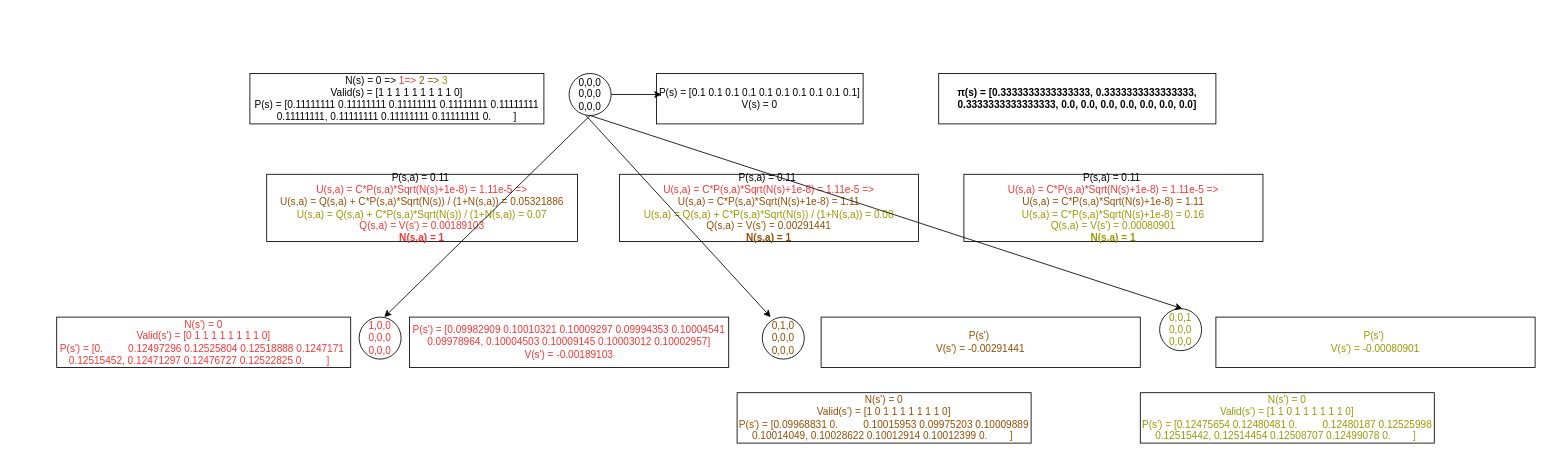
Above: page "MCTS-4-Step1" (1 of 3) of alpha-zero.drawio in tallongsun/drawio (draw.io), before the change. Source tidied: cells renumbered, new cells numbered last; positions are measured from the earlier drawing's top-left corner, leaving out a move shared by most shapes. Both pictures are drawn from the tidied source at 84%, with x=0, y=0 at pixel (56, 73).
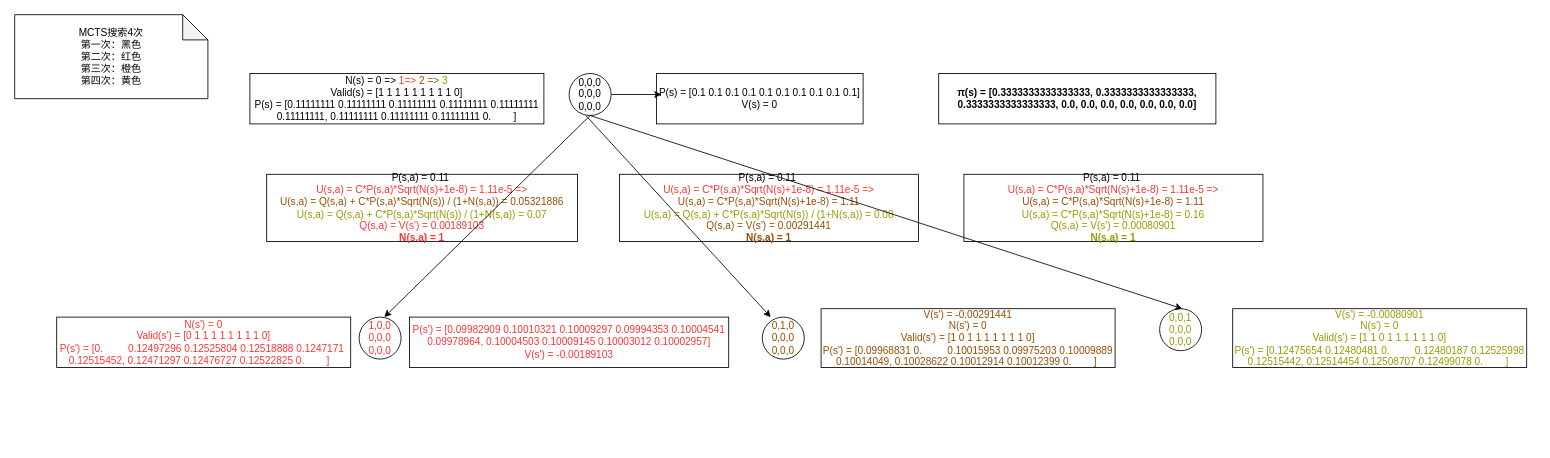
After the change.

Change to the diagram source:
```diff
@@
-    <mxCell id="14" value="&lt;font color=&quot;#994c00&quot;&gt;P(s')&amp;nbsp;&lt;br&gt;V(s') =&amp;nbsp;-0.00291441&lt;/font&gt;" style="rounded=0;whiteSpace=wrap;html=1;" parent="1" vertex="1">
-      <mxGeometry x="910" y="290" width="380" height="60" as="geometry" />
-    </mxCell>
-    <mxCell id="15" value="&lt;font color=&quot;#994c00&quot;&gt;N(s') = 0&lt;br&gt;Valid(s') = [1 0 1 1 1 1 1 1 1 0]&lt;br&gt;P(s') = [0.09968831 0.&amp;nbsp; &amp;nbsp; &amp;nbsp; &amp;nbsp; &amp;nbsp;0.10015953 0.09975203 0.10009889 0.10014049, 0.10028622 0.10012914 0.10012399 0.&amp;nbsp; &amp;nbsp; &amp;nbsp; &amp;nbsp; ]&amp;nbsp;&lt;/font&gt;" style="rounded=0;whiteSpace=wrap;html=1;" parent="1" vertex="1">
-      <mxGeometry x="810" y="380" width="350" height="60" as="geometry" />
+    <mxCell id="15" value="&lt;span style=&quot;color: rgb(153 , 76 , 0)&quot;&gt;V(s') =&amp;nbsp;-0.00291441&lt;/span&gt;&lt;font color=&quot;#994c00&quot;&gt;&lt;br&gt;N(s') = 0&lt;br&gt;Valid(s') = [1 0 1 1 1 1 1 1 1 0]&lt;br&gt;P(s') = [0.09968831 0.&amp;nbsp; &amp;nbsp; &amp;nbsp; &amp;nbsp; &amp;nbsp;0.10015953 0.09975203 0.10009889 0.10014049, 0.10028622 0.10012914 0.10012399 0.&amp;nbsp; &amp;nbsp; &amp;nbsp; &amp;nbsp; ]&amp;nbsp;&lt;/font&gt;" style="rounded=0;whiteSpace=wrap;html=1;" parent="1" vertex="1">
+      <mxGeometry x="910" y="280" width="350" height="70" as="geometry" />
     </mxCell>
@@
-    <mxCell id="19" value="&lt;font color=&quot;#999900&quot;&gt;P(s')&amp;nbsp;&lt;br&gt;V(s') =&amp;nbsp;-0.00080901&lt;/font&gt;" style="rounded=0;whiteSpace=wrap;html=1;" parent="1" vertex="1">
-      <mxGeometry x="1380" y="290" width="380" height="60" as="geometry" />
-    </mxCell>
-    <mxCell id="20" value="&lt;font color=&quot;#999900&quot;&gt;N(s') = 0&lt;br&gt;Valid(s') = [1 1 0 1 1 1 1 1 1 0]&lt;br&gt;P(s') = [0.12475654 0.12480481 0.&amp;nbsp; &amp;nbsp; &amp;nbsp; &amp;nbsp; &amp;nbsp;0.12480187 0.12525998 0.12515442, 0.12514454 0.12508707 0.12499078 0.&amp;nbsp; &amp;nbsp; &amp;nbsp; &amp;nbsp; ]&amp;nbsp;&lt;/font&gt;" style="rounded=0;whiteSpace=wrap;html=1;" parent="1" vertex="1">
-      <mxGeometry x="1290" y="380" width="350" height="60" as="geometry" />
+    <mxCell id="20" value="&lt;span style=&quot;color: rgb(153 , 153 , 0)&quot;&gt;V(s') =&amp;nbsp;-0.00080901&lt;/span&gt;&lt;font color=&quot;#999900&quot;&gt;&lt;br&gt;N(s') = 0&lt;br&gt;Valid(s') = [1 1 0 1 1 1 1 1 1 0]&lt;br&gt;P(s') = [0.12475654 0.12480481 0.&amp;nbsp; &amp;nbsp; &amp;nbsp; &amp;nbsp; &amp;nbsp;0.12480187 0.12525998 0.12515442, 0.12514454 0.12508707 0.12499078 0.&amp;nbsp; &amp;nbsp; &amp;nbsp; &amp;nbsp; ]&amp;nbsp;&lt;/font&gt;" style="rounded=0;whiteSpace=wrap;html=1;" parent="1" vertex="1">
+      <mxGeometry x="1400" y="280" width="350" height="70" as="geometry" />
     </mxCell>
@@
+    <mxCell id="22" value="MCTS搜索4次&lt;br&gt;第一次：黑色&lt;br&gt;第二次：红色&lt;br&gt;第三次：橙色&lt;br&gt;第四次：黄色" style="shape=note;whiteSpace=wrap;html=1;backgroundOutline=1;darkOpacity=0.05;" parent="1" vertex="1">
+      <mxGeometry x="-50" y="-70" width="230" height="100" as="geometry" />
+    </mxCell>
```
